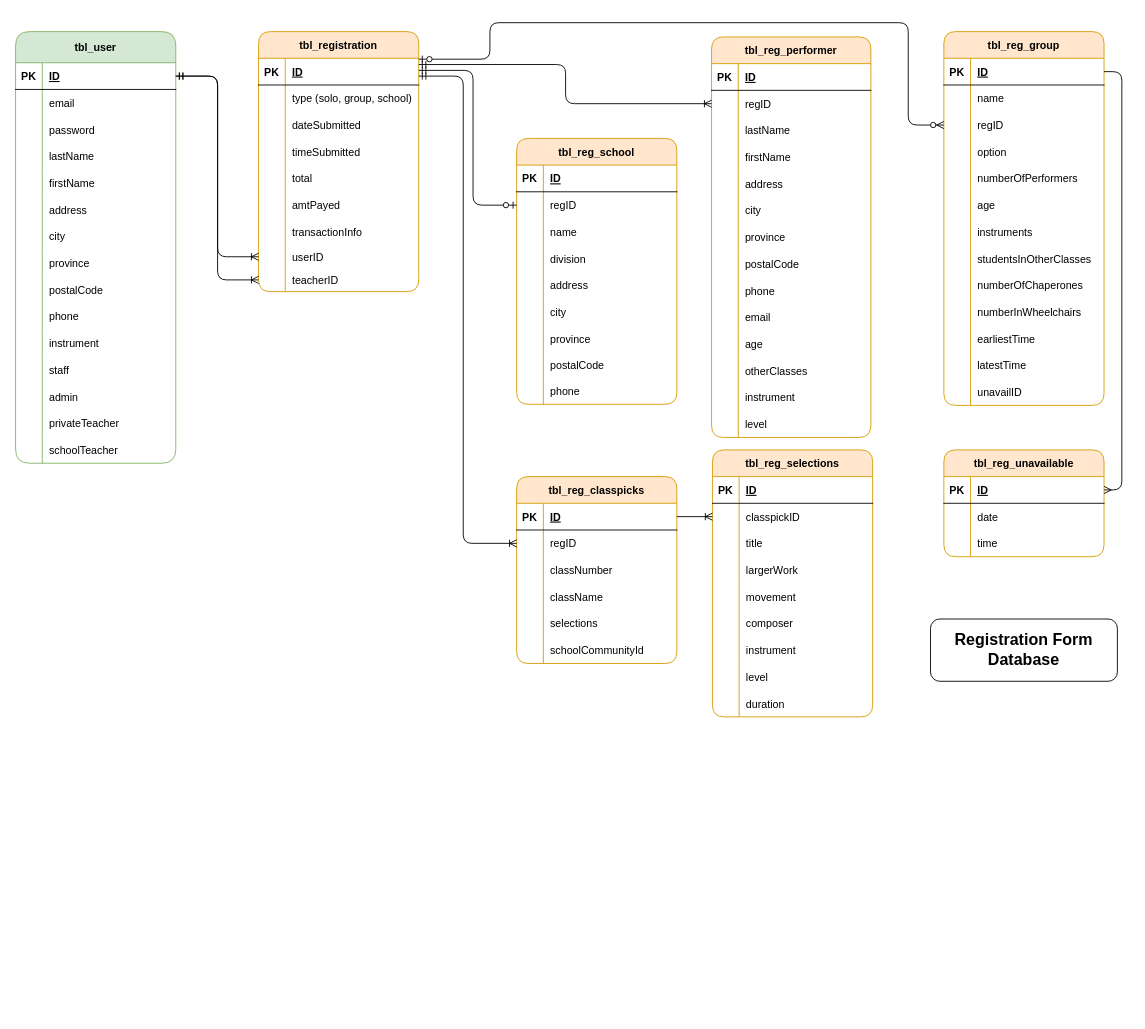
Above: page "Page-1" (1 of 3) of class_registration.drawio in davesawatzky/wmf-nest (draw.io), before the change. Source tidied: cells renumbered, new cells numbered last; positions are measured from the earlier drawing's top-left corner, leaving out a move shared by most shapes. Both pictures are drawn from the tidied source at 89%, with x=0, y=0 at pixel (15, 22).
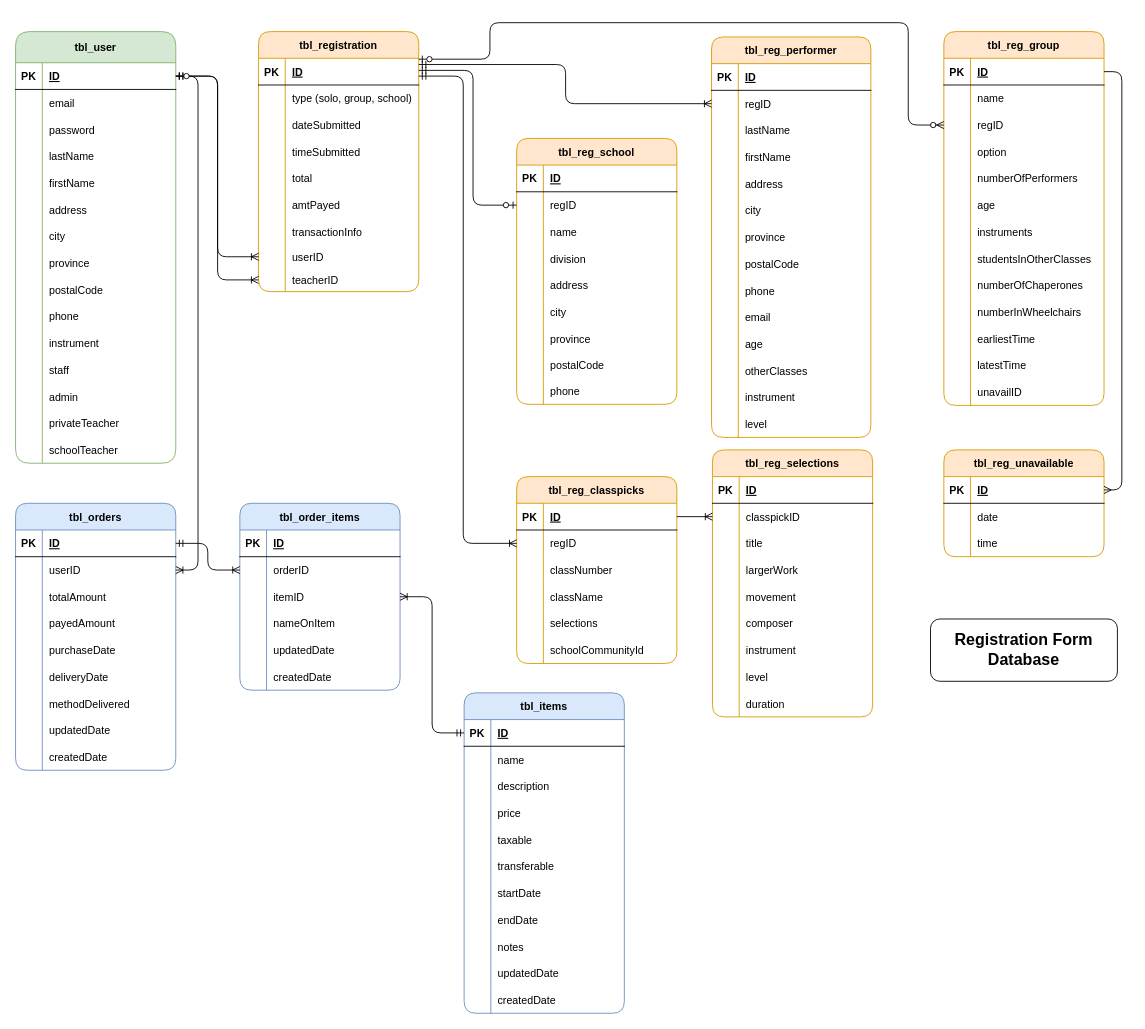
The same diagram, later.

Commit message (it also covers changes not shown here):
Adding new orders tables for other purchases

The change refers to these unchanged cells:
```xml
<mxCell id="206" style="shape=partialRectangle;fillColor=none;top=0;left=0;bottom=1;right=0;points=[[0,0.5],[1,0.5]];portConstraint=eastwest;" parent="205" vertex="1">
  <mxGeometry y="35" width="180" height="30" as="geometry" />
</mxCell>
```

What changed in the source:
```diff
@@
+    <mxCell id="253" value="tbl_orders" style="shape=table;startSize=30;childLayout=tableLayout;rowLines=0;fontStyle=1;align=center;fillColor=#dae8fc;strokeColor=#6c8ebf;rounded=1;" parent="1" vertex="1">
+      <mxGeometry y="540" width="180" height="300" as="geometry" />
+    </mxCell>
+    <mxCell id="254" style="shape=tableRow;horizontal=0;startSize=0;swimlaneHead=0;swimlaneBody=0;fillColor=none;points=[[0,0.5],[1,0.5]];portConstraint=eastwest;top=0;left=0;right=0;bottom=1;" parent="253" vertex="1">
+      <mxGeometry y="30" width="180" height="30" as="geometry" />
+    </mxCell>
+    <mxCell id="255" value="PK" style="shape=partialRectangle;fillColor=none;top=0;left=0;bottom=0;right=0;fontStyle=1;overflow=hidden;" parent="254" vertex="1">
+      <mxGeometry width="30" height="30" as="geometry" />
+    </mxCell>
+    <mxCell id="256" value="ID" style="shape=partialRectangle;fillColor=none;top=0;left=0;bottom=0;right=0;align=left;spacingLeft=6;fontStyle=5;overflow=hidden;" parent="254" vertex="1">
+      <mxGeometry x="30" width="150" height="30" as="geometry" />
+    </mxCell>
+    <mxCell id="257" style="shape=tableRow;horizontal=0;startSize=0;swimlaneHead=0;swimlaneBody=0;fillColor=none;points=[[0,0.5],[1,0.5]];portConstraint=eastwest;top=0;left=0;right=0;bottom=0;" parent="253" vertex="1">
+      <mxGeometry y="60" width="180" height="30" as="geometry" />
+    </mxCell>
+    <mxCell id="258" style="shape=partialRectangle;fillColor=none;top=0;left=0;bottom=0;right=0;overflow=hidden;" parent="257" vertex="1">
+      <mxGeometry width="30" height="30" as="geometry" />
+    </mxCell>
+    <mxCell id="259" value="userID" style="shape=partialRectangle;fillColor=none;top=0;left=0;bottom=0;right=0;align=left;spacingLeft=6;overflow=hidden;" parent="257" vertex="1">
+      <mxGeometry x="30" width="150" height="30" as="geometry" />
+    </mxCell>
+    <mxCell id="260" style="shape=tableRow;horizontal=0;startSize=0;swimlaneHead=0;swimlaneBody=0;fillColor=none;top=0;left=0;right=0;bottom=0;" parent="253" vertex="1">
+      <mxGeometry y="90" width="180" height="30" as="geometry" />
+    </mxCell>
+    <mxCell id="261" style="shape=partialRectangle;fillColor=none;top=0;left=0;bottom=0;right=0;overflow=hidden;" parent="260" vertex="1">
+      <mxGeometry width="30" height="30" as="geometry" />
+    </mxCell>
+    <mxCell id="262" value="totalAmount" style="shape=partialRectangle;fillColor=none;top=0;left=0;bottom=0;right=0;align=left;spacingLeft=6;overflow=hidden;" parent="260" vertex="1">
+      <mxGeometry x="30" width="150" height="30" as="geometry" />
+    </mxCell>
+    <mxCell id="263" style="shape=tableRow;horizontal=0;startSize=0;swimlaneHead=0;swimlaneBody=0;fillColor=none;top=0;left=0;right=0;bottom=0;" parent="253" vertex="1">
+      <mxGeometry y="120" width="180" height="30" as="geometry" />
+    </mxCell>
+    <mxCell id="264" style="shape=partialRectangle;fillColor=none;top=0;left=0;bottom=0;right=0;overflow=hidden;" parent="263" vertex="1">
+      <mxGeometry width="30" height="30" as="geometry" />
+    </mxCell>
+    <mxCell id="265" value="payedAmount" style="shape=partialRectangle;fillColor=none;top=0;left=0;bottom=0;right=0;align=left;spacingLeft=6;overflow=hidden;" parent="263" vertex="1">
+      <mxGeometry x="30" width="150" height="30" as="geometry" />
+    </mxCell>
+    <mxCell id="266" style="shape=tableRow;horizontal=0;startSize=0;swimlaneHead=0;swimlaneBody=0;fillColor=none;top=0;left=0;right=0;bottom=0;" parent="253" vertex="1">
+      <mxGeometry y="150" width="180" height="30" as="geometry" />
+    </mxCell>
+    <mxCell id="267" style="shape=partialRectangle;fillColor=none;top=0;left=0;bottom=0;right=0;overflow=hidden;" parent="266" vertex="1">
+      <mxGeometry width="30" height="30" as="geometry" />
+    </mxCell>
+    <mxCell id="268" value="purchaseDate" style="shape=partialRectangle;fillColor=none;top=0;left=0;bottom=0;right=0;align=left;spacingLeft=6;overflow=hidden;" parent="266" vertex="1">
+      <mxGeometry x="30" width="150" height="30" as="geometry" />
+    </mxCell>
+    <mxCell id="269" style="shape=tableRow;horizontal=0;startSize=0;swimlaneHead=0;swimlaneBody=0;fillColor=none;top=0;left=0;right=0;bottom=0;" parent="253" vertex="1">
+      <mxGeometry y="180" width="180" height="30" as="geometry" />
+    </mxCell>
+    <mxCell id="270" style="shape=partialRectangle;fillColor=none;top=0;left=0;bottom=0;right=0;overflow=hidden;" parent="269" vertex="1">
+      <mxGeometry width="30" height="30" as="geometry" />
+    </mxCell>
+    <mxCell id="271" value="deliveryDate" style="shape=partialRectangle;fillColor=none;top=0;left=0;bottom=0;right=0;align=left;spacingLeft=6;overflow=hidden;" parent="269" vertex="1">
+      <mxGeometry x="30" width="150" height="30" as="geometry" />
+    </mxCell>
+    <mxCell id="272" style="shape=tableRow;horizontal=0;startSize=0;swimlaneHead=0;swimlaneBody=0;fillColor=none;top=0;left=0;right=0;bottom=0;" parent="253" vertex="1">
+      <mxGeometry y="210" width="180" height="30" as="geometry" />
+    </mxCell>
+    <mxCell id="273" style="shape=partialRectangle;fillColor=none;top=0;left=0;bottom=0;right=0;overflow=hidden;" parent="272" vertex="1">
+      <mxGeometry width="30" height="30" as="geometry" />
+    </mxCell>
+    <mxCell id="274" value="methodDelivered" style="shape=partialRectangle;fillColor=none;top=0;left=0;bottom=0;right=0;align=left;spacingLeft=6;overflow=hidden;" parent="272" vertex="1">
+      <mxGeometry x="30" width="150" height="30" as="geometry" />
+    </mxCell>
+    <mxCell id="275" style="shape=tableRow;horizontal=0;startSize=0;swimlaneHead=0;swimlaneBody=0;fillColor=none;top=0;left=0;right=0;bottom=0;" parent="253" vertex="1">
+      <mxGeometry y="240" width="180" height="30" as="geometry" />
+    </mxCell>
+    <mxCell id="276" style="shape=partialRectangle;fillColor=none;top=0;left=0;bottom=0;right=0;overflow=hidden;" parent="275" vertex="1">
+      <mxGeometry width="30" height="30" as="geometry" />
+    </mxCell>
+    <mxCell id="277" value="updatedDate" style="shape=partialRectangle;fillColor=none;top=0;left=0;bottom=0;right=0;align=left;spacingLeft=6;overflow=hidden;" parent="275" vertex="1">
+      <mxGeometry x="30" width="150" height="30" as="geometry" />
+    </mxCell>
+    <mxCell id="278" style="shape=tableRow;horizontal=0;startSize=0;swimlaneHead=0;swimlaneBody=0;fillColor=none;top=0;left=0;right=0;bottom=0;" parent="253" vertex="1">
+      <mxGeometry y="270" width="180" height="30" as="geometry" />
+    </mxCell>
+    <mxCell id="279" style="shape=partialRectangle;fillColor=none;top=0;left=0;bottom=0;right=0;overflow=hidden;" parent="278" vertex="1">
+      <mxGeometry width="30" height="30" as="geometry" />
+    </mxCell>
+    <mxCell id="280" value="createdDate" style="shape=partialRectangle;fillColor=none;top=0;left=0;bottom=0;right=0;align=left;spacingLeft=6;overflow=hidden;" parent="278" vertex="1">
+      <mxGeometry x="30" width="150" height="30" as="geometry" />
+    </mxCell>
+    <mxCell id="281" style="edgeStyle=orthogonalEdgeStyle;fontSize=12;html=1;endArrow=ERoneToMany;startArrow=ERzeroToOne;" parent="1" edge="1" source="206" target="257">
+      <mxGeometry relative="1" as="geometry">
+        <Array as="points">
+          <mxPoint x="205" y="60" />
+          <mxPoint x="205" y="615" />
+        </Array>
+      </mxGeometry>
+    </mxCell>
+    <mxCell id="282" value="tbl_order_items" style="shape=table;startSize=30;childLayout=tableLayout;rowLines=0;fontStyle=1;align=center;fillColor=#dae8fc;strokeColor=#6c8ebf;rounded=1;" parent="1" vertex="1">
+      <mxGeometry x="252" y="540" width="180" height="210" as="geometry" />
+    </mxCell>
+    <mxCell id="283" style="shape=tableRow;horizontal=0;startSize=0;swimlaneHead=0;swimlaneBody=0;fillColor=none;top=0;left=0;right=0;bottom=1;" parent="282" vertex="1">
+      <mxGeometry y="30" width="180" height="30" as="geometry" />
+    </mxCell>
+    <mxCell id="284" value="PK" style="shape=partialRectangle;fillColor=none;top=0;left=0;bottom=0;right=0;fontStyle=1;overflow=hidden;" parent="283" vertex="1">
+      <mxGeometry width="30" height="30" as="geometry" />
+    </mxCell>
+    <mxCell id="285" value="ID" style="shape=partialRectangle;fillColor=none;top=0;left=0;bottom=0;right=0;align=left;spacingLeft=6;fontStyle=5;overflow=hidden;" parent="283" vertex="1">
+      <mxGeometry x="30" width="150" height="30" as="geometry" />
+    </mxCell>
+    <mxCell id="286" style="shape=tableRow;horizontal=0;startSize=0;swimlaneHead=0;swimlaneBody=0;fillColor=none;points=[[0,0.5],[1,0.5]];portConstraint=eastwest;top=0;left=0;right=0;bottom=0;" parent="282" vertex="1">
+      <mxGeometry y="60" width="180" height="30" as="geometry" />
+    </mxCell>
+    <mxCell id="287" style="shape=partialRectangle;fillColor=none;top=0;left=0;bottom=0;right=0;overflow=hidden;" parent="286" vertex="1">
+      <mxGeometry width="30" height="30" as="geometry" />
+    </mxCell>
+    <mxCell id="288" value="orderID" style="shape=partialRectangle;fillColor=none;top=0;left=0;bottom=0;right=0;align=left;spacingLeft=6;overflow=hidden;" parent="286" vertex="1">
+      <mxGeometry x="30" width="150" height="30" as="geometry" />
+    </mxCell>
+    <mxCell id="289" style="shape=tableRow;horizontal=0;startSize=0;swimlaneHead=0;swimlaneBody=0;fillColor=none;points=[[0,0.5],[1,0.5]];portConstraint=eastwest;top=0;left=0;right=0;bottom=0;" parent="282" vertex="1">
+      <mxGeometry y="90" width="180" height="30" as="geometry" />
+    </mxCell>
+    <mxCell id="290" style="shape=partialRectangle;fillColor=none;top=0;left=0;bottom=0;right=0;overflow=hidden;" parent="289" vertex="1">
+      <mxGeometry width="30" height="30" as="geometry" />
+    </mxCell>
+    <mxCell id="291" value="itemID" style="shape=partialRectangle;fillColor=none;top=0;left=0;bottom=0;right=0;align=left;spacingLeft=6;overflow=hidden;" parent="289" vertex="1">
+      <mxGeometry x="30" width="150" height="30" as="geometry" />
+    </mxCell>
+    <mxCell id="292" style="shape=tableRow;horizontal=0;startSize=0;swimlaneHead=0;swimlaneBody=0;fillColor=none;top=0;left=0;right=0;bottom=0;" parent="282" vertex="1">
+      <mxGeometry y="120" width="180" height="30" as="geometry" />
+    </mxCell>
+    <mxCell id="293" style="shape=partialRectangle;fillColor=none;top=0;left=0;bottom=0;right=0;overflow=hidden;" parent="292" vertex="1">
+      <mxGeometry width="30" height="30" as="geometry" />
+    </mxCell>
+    <mxCell id="294" value="nameOnItem" style="shape=partialRectangle;fillColor=none;top=0;left=0;bottom=0;right=0;align=left;spacingLeft=6;overflow=hidden;" parent="292" vertex="1">
+      <mxGeometry x="30" width="150" height="30" as="geometry" />
+    </mxCell>
+    <mxCell id="295" style="shape=tableRow;horizontal=0;startSize=0;swimlaneHead=0;swimlaneBody=0;fillColor=none;top=0;left=0;right=0;bottom=0;" parent="282" vertex="1">
+      <mxGeometry y="150" width="180" height="30" as="geometry" />
+    </mxCell>
+    <mxCell id="296" style="shape=partialRectangle;fillColor=none;top=0;left=0;bottom=0;right=0;overflow=hidden;" parent="295" vertex="1">
+      <mxGeometry width="30" height="30" as="geometry" />
+    </mxCell>
+    <mxCell id="297" value="updatedDate" style="shape=partialRectangle;fillColor=none;top=0;left=0;bottom=0;right=0;align=left;spacingLeft=6;overflow=hidden;" parent="295" vertex="1">
+      <mxGeometry x="30" width="150" height="30" as="geometry" />
+    </mxCell>
+    <mxCell id="298" style="shape=tableRow;horizontal=0;startSize=0;swimlaneHead=0;swimlaneBody=0;fillColor=none;top=0;left=0;right=0;bottom=0;" parent="282" vertex="1">
+      <mxGeometry y="180" width="180" height="30" as="geometry" />
+    </mxCell>
+    <mxCell id="299" style="shape=partialRectangle;fillColor=none;top=0;left=0;bottom=0;right=0;overflow=hidden;" parent="298" vertex="1">
+      <mxGeometry width="30" height="30" as="geometry" />
+    </mxCell>
+    <mxCell id="300" value="createdDate" style="shape=partialRectangle;fillColor=none;top=0;left=0;bottom=0;right=0;align=left;spacingLeft=6;overflow=hidden;" parent="298" vertex="1">
+      <mxGeometry x="30" width="150" height="30" as="geometry" />
+    </mxCell>
+    <mxCell id="301" style="edgeStyle=orthogonalEdgeStyle;fontSize=12;html=1;endArrow=ERoneToMany;startArrow=ERmandOne;" parent="1" edge="1" source="254" target="286">
+      <mxGeometry relative="1" as="geometry" />
+    </mxCell>
+    <mxCell id="302" value="tbl_items" style="shape=table;startSize=30;childLayout=tableLayout;rowLines=0;fontStyle=1;align=center;fillColor=#dae8fc;strokeColor=#6c8ebf;rounded=1;" parent="1" vertex="1">
+      <mxGeometry x="504" y="753" width="180" height="360" as="geometry" />
+    </mxCell>
+    <mxCell id="303" style="shape=tableRow;horizontal=0;startSize=0;swimlaneHead=0;swimlaneBody=0;fillColor=none;points=[[0,0.5],[1,0.5]];portConstraint=eastwest;top=0;left=0;right=0;bottom=1;" parent="302" vertex="1">
+      <mxGeometry y="30" width="180" height="30" as="geometry" />
+    </mxCell>
+    <mxCell id="304" value="PK" style="shape=partialRectangle;fillColor=none;top=0;left=0;bottom=0;right=0;fontStyle=1;overflow=hidden;" parent="303" vertex="1">
+      <mxGeometry width="30" height="30" as="geometry" />
+    </mxCell>
+    <mxCell id="305" value="ID" style="shape=partialRectangle;fillColor=none;top=0;left=0;bottom=0;right=0;align=left;spacingLeft=6;fontStyle=5;overflow=hidden;" parent="303" vertex="1">
+      <mxGeometry x="30" width="150" height="30" as="geometry" />
+    </mxCell>
+    <mxCell id="306" style="shape=tableRow;horizontal=0;startSize=0;swimlaneHead=0;swimlaneBody=0;fillColor=none;top=0;left=0;right=0;bottom=0;" parent="302" vertex="1">
+      <mxGeometry y="60" width="180" height="30" as="geometry" />
+    </mxCell>
+    <mxCell id="307" style="shape=partialRectangle;fillColor=none;top=0;left=0;bottom=0;right=0;overflow=hidden;" parent="306" vertex="1">
+      <mxGeometry width="30" height="30" as="geometry" />
+    </mxCell>
+    <mxCell id="308" value="name" style="shape=partialRectangle;fillColor=none;top=0;left=0;bottom=0;right=0;align=left;spacingLeft=6;overflow=hidden;" parent="306" vertex="1">
+      <mxGeometry x="30" width="150" height="30" as="geometry" />
+    </mxCell>
+    <mxCell id="309" style="shape=tableRow;horizontal=0;startSize=0;swimlaneHead=0;swimlaneBody=0;fillColor=none;top=0;left=0;right=0;bottom=0;" parent="302" vertex="1">
+      <mxGeometry y="90" width="180" height="30" as="geometry" />
+    </mxCell>
+    <mxCell id="310" style="shape=partialRectangle;fillColor=none;top=0;left=0;bottom=0;right=0;overflow=hidden;" parent="309" vertex="1">
+      <mxGeometry width="30" height="30" as="geometry" />
+    </mxCell>
+    <mxCell id="311" value="description" style="shape=partialRectangle;fillColor=none;top=0;left=0;bottom=0;right=0;align=left;spacingLeft=6;overflow=hidden;" parent="309" vertex="1">
+      <mxGeometry x="30" width="150" height="30" as="geometry" />
+    </mxCell>
+    <mxCell id="312" style="shape=tableRow;horizontal=0;startSize=0;swimlaneHead=0;swimlaneBody=0;fillColor=none;top=0;left=0;right=0;bottom=0;" parent="302" vertex="1">
+      <mxGeometry y="120" width="180" height="30" as="geometry" />
+    </mxCell>
+    <mxCell id="313" style="shape=partialRectangle;fillColor=none;top=0;left=0;bottom=0;right=0;overflow=hidden;" parent="312" vertex="1">
+      <mxGeometry width="30" height="30" as="geometry" />
+    </mxCell>
+    <mxCell id="314" value="price" style="shape=partialRectangle;fillColor=none;top=0;left=0;bottom=0;right=0;align=left;spacingLeft=6;overflow=hidden;" parent="312" vertex="1">
+      <mxGeometry x="30" width="150" height="30" as="geometry" />
+    </mxCell>
+    <mxCell id="315" style="shape=tableRow;horizontal=0;startSize=0;swimlaneHead=0;swimlaneBody=0;fillColor=none;top=0;left=0;right=0;bottom=0;" parent="302" vertex="1">
+      <mxGeometry y="150" width="180" height="30" as="geometry" />
+    </mxCell>
+    <mxCell id="316" style="shape=partialRectangle;fillColor=none;top=0;left=0;bottom=0;right=0;overflow=hidden;" parent="315" vertex="1">
+      <mxGeometry width="30" height="30" as="geometry" />
+    </mxCell>
+    <mxCell id="317" value="taxable" style="shape=partialRectangle;fillColor=none;top=0;left=0;bottom=0;right=0;align=left;spacingLeft=6;overflow=hidden;" parent="315" vertex="1">
+      <mxGeometry x="30" width="150" height="30" as="geometry" />
+    </mxCell>
+    <mxCell id="318" style="shape=tableRow;horizontal=0;startSize=0;swimlaneHead=0;swimlaneBody=0;fillColor=none;top=0;left=0;right=0;bottom=0;" parent="302" vertex="1">
+      <mxGeometry y="180" width="180" height="30" as="geometry" />
+    </mxCell>
+    <mxCell id="319" style="shape=partialRectangle;fillColor=none;top=0;left=0;bottom=0;right=0;overflow=hidden;" parent="318" vertex="1">
+      <mxGeometry width="30" height="30" as="geometry" />
+    </mxCell>
+    <mxCell id="320" value="transferable" style="shape=partialRectangle;fillColor=none;top=0;left=0;bottom=0;right=0;align=left;spacingLeft=6;overflow=hidden;" parent="318" vertex="1">
+      <mxGeometry x="30" width="150" height="30" as="geometry" />
+    </mxCell>
+    <mxCell id="321" style="shape=tableRow;horizontal=0;startSize=0;swimlaneHead=0;swimlaneBody=0;fillColor=none;top=0;left=0;right=0;bottom=0;" parent="302" vertex="1">
+      <mxGeometry y="210" width="180" height="30" as="geometry" />
+    </mxCell>
+    <mxCell id="322" style="shape=partialRectangle;fillColor=none;top=0;left=0;bottom=0;right=0;overflow=hidden;" parent="321" vertex="1">
+      <mxGeometry width="30" height="30" as="geometry" />
+    </mxCell>
+    <mxCell id="323" value="startDate" style="shape=partialRectangle;fillColor=none;top=0;left=0;bottom=0;right=0;align=left;spacingLeft=6;overflow=hidden;" parent="321" vertex="1">
+      <mxGeometry x="30" width="150" height="30" as="geometry" />
+    </mxCell>
+    <mxCell id="324" style="shape=tableRow;horizontal=0;startSize=0;swimlaneHead=0;swimlaneBody=0;fillColor=none;top=0;left=0;right=0;bottom=0;" parent="302" vertex="1">
+      <mxGeometry y="240" width="180" height="30" as="geometry" />
+    </mxCell>
+    <mxCell id="325" style="shape=partialRectangle;fillColor=none;top=0;left=0;bottom=0;right=0;overflow=hidden;" parent="324" vertex="1">
+      <mxGeometry width="30" height="30" as="geometry" />
+    </mxCell>
+    <mxCell id="326" value="endDate" style="shape=partialRectangle;fillColor=none;top=0;left=0;bottom=0;right=0;align=left;spacingLeft=6;overflow=hidden;" parent="324" vertex="1">
+      <mxGeometry x="30" width="150" height="30" as="geometry" />
+    </mxCell>
+    <mxCell id="327" style="shape=tableRow;horizontal=0;startSize=0;swimlaneHead=0;swimlaneBody=0;fillColor=none;top=0;left=0;right=0;bottom=0;" parent="302" vertex="1">
+      <mxGeometry y="270" width="180" height="30" as="geometry" />
+    </mxCell>
+    <mxCell id="328" style="shape=partialRectangle;fillColor=none;top=0;left=0;bottom=0;right=0;overflow=hidden;" parent="327" vertex="1">
+      <mxGeometry width="30" height="30" as="geometry" />
+    </mxCell>
+    <mxCell id="329" value="notes" style="shape=partialRectangle;fillColor=none;top=0;left=0;bottom=0;right=0;align=left;spacingLeft=6;overflow=hidden;" parent="327" vertex="1">
+      <mxGeometry x="30" width="150" height="30" as="geometry" />
+    </mxCell>
+    <mxCell id="330" style="shape=tableRow;horizontal=0;startSize=0;swimlaneHead=0;swimlaneBody=0;fillColor=none;top=0;left=0;right=0;bottom=0;" parent="302" vertex="1">
+      <mxGeometry y="300" width="180" height="30" as="geometry" />
+    </mxCell>
+    <mxCell id="331" style="shape=partialRectangle;fillColor=none;top=0;left=0;bottom=0;right=0;overflow=hidden;" parent="330" vertex="1">
+      <mxGeometry width="30" height="30" as="geometry" />
+    </mxCell>
+    <mxCell id="332" value="updatedDate" style="shape=partialRectangle;fillColor=none;top=0;left=0;bottom=0;right=0;align=left;spacingLeft=6;overflow=hidden;" parent="330" vertex="1">
+      <mxGeometry x="30" width="150" height="30" as="geometry" />
+    </mxCell>
+    <mxCell id="333" style="shape=tableRow;horizontal=0;startSize=0;swimlaneHead=0;swimlaneBody=0;fillColor=none;top=0;left=0;right=0;bottom=0;" parent="302" vertex="1">
+      <mxGeometry y="330" width="180" height="30" as="geometry" />
+    </mxCell>
+    <mxCell id="334" style="shape=partialRectangle;fillColor=none;top=0;left=0;bottom=0;right=0;overflow=hidden;" parent="333" vertex="1">
+      <mxGeometry width="30" height="30" as="geometry" />
+    </mxCell>
+    <mxCell id="335" value="createdDate" style="shape=partialRectangle;fillColor=none;top=0;left=0;bottom=0;right=0;align=left;spacingLeft=6;overflow=hidden;" parent="333" vertex="1">
+      <mxGeometry x="30" width="150" height="30" as="geometry" />
+    </mxCell>
+    <mxCell id="336" style="edgeStyle=orthogonalEdgeStyle;fontSize=12;html=1;endArrow=ERoneToMany;startArrow=ERmandOne;" parent="1" edge="1" source="303" target="289">
+      <mxGeometry relative="1" as="geometry" />
+    </mxCell>
```
